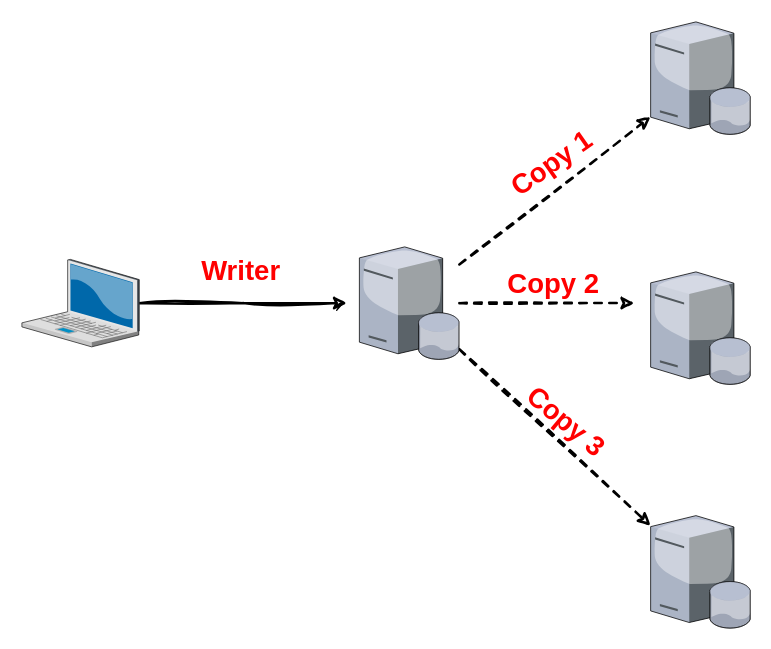
Above: cluster-distributed-system.drawio in auula/draw.io (draw.io), before the change. Source tidied: cells renumbered, new cells numbered last; positions are measured from the earlier drawing's top-left corner, leaving out a move shared by most shapes. Both pictures are drawn from the tidied source at 125%, with x=0, y=0 at pixel (21, 21).
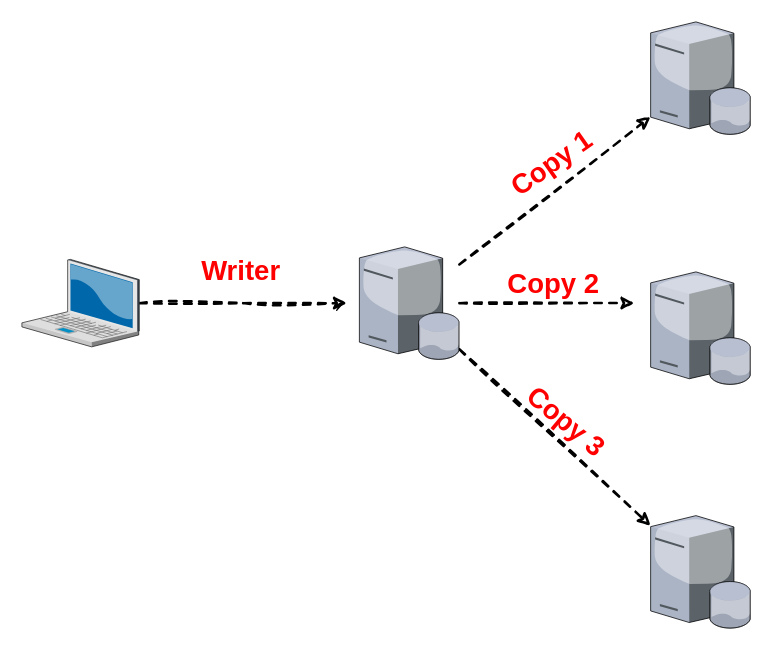
After the change.

Diff of the diagram source:
```diff
@@
 <mxGraphModel>
   <root>
     <mxCell id="0" />
     <mxCell id="1" parent="0" />
-    <mxCell id="2" style="edgeStyle=orthogonalEdgeStyle;rounded=0;jettySize=auto;html=1;strokeWidth=2;sketch=1;" parent="1" edge="1" source="3">
+    <mxCell id="2" style="edgeStyle=orthogonalEdgeStyle;rounded=0;jettySize=auto;html=1;strokeWidth=2;sketch=1;dashed=1;" parent="1" edge="1" source="3">
       <mxGeometry relative="1" as="geometry">
         <mxPoint x="260" y="225" as="targetPoint" />
       </mxGeometry>
     </mxCell>
     <mxCell id="3" style="verticalLabelPosition=bottom;sketch=0;html=1;verticalAlign=top;strokeColor=none;align=center;outlineConnect=0;shape=mxgraph.citrix.laptop_2;" parent="1" vertex="1">
       <mxGeometry y="190" width="93.9" height="70" as="geometry" />
     </mxCell>
     <mxCell id="4" style="rounded=0;jettySize=auto;html=1;strokeWidth=2;dashed=1;sketch=1;" parent="1" edge="1" source="7" target="8">
       <mxGeometry relative="1" as="geometry" />
     </mxCell>
     <mxCell id="5" style="edgeStyle=none;rounded=0;jettySize=auto;html=1;strokeWidth=2;dashed=1;sketch=1;" parent="1" edge="1" source="7">
       <mxGeometry relative="1" as="geometry">
         <mxPoint x="490" y="225" as="targetPoint" />
       </mxGeometry>
     </mxCell>
     <mxCell id="6" style="edgeStyle=none;rounded=0;jettySize=auto;html=1;strokeWidth=2;dashed=1;sketch=1;" parent="1" edge="1" source="7" target="10">
       <mxGeometry relative="1" as="geometry" />
     </mxCell>
     <mxCell id="7" style="verticalLabelPosition=bottom;sketch=0;html=1;verticalAlign=top;strokeColor=none;align=center;outlineConnect=0;shape=mxgraph.citrix.database_server;" parent="1" vertex="1">
       <mxGeometry x="270" y="180" width="80" height="90" as="geometry" />
     </mxCell>
     <mxCell id="8" style="verticalLabelPosition=bottom;sketch=0;html=1;verticalAlign=top;strokeColor=none;align=center;outlineConnect=0;shape=mxgraph.citrix.database_server;" parent="1" vertex="1">
       <mxGeometry x="503" width="80" height="90" as="geometry" />
     </mxCell>
     <mxCell id="9" style="verticalLabelPosition=bottom;sketch=0;html=1;verticalAlign=top;strokeColor=none;align=center;shape=mxgraph.citrix.database_server;" parent="1" vertex="1">
       <mxGeometry x="503" y="200" width="80" height="90" as="geometry" />
     </mxCell>
     <mxCell id="10" style="verticalLabelPosition=bottom;sketch=0;html=1;verticalAlign=top;strokeColor=none;align=center;outlineConnect=0;shape=mxgraph.citrix.database_server;" parent="1" vertex="1">
       <mxGeometry x="503" y="395" width="80" height="90" as="geometry" />
     </mxCell>
     <mxCell id="11" value="&lt;b&gt;&lt;font color=&quot;#ff0000&quot; style=&quot;font-size: 22px;&quot;&gt;Writer&lt;/font&gt;&lt;/b&gt;" style="text;html=1;align=center;verticalAlign=middle;strokeColor=none;fillColor=none;" parent="1" vertex="1">
       <mxGeometry x="130" y="180" width="90" height="40" as="geometry" />
     </mxCell>
     <mxCell id="12" value="&lt;b&gt;&lt;font color=&quot;#ff0000&quot; style=&quot;font-size: 22px;&quot;&gt;Copy 1&lt;/font&gt;&lt;/b&gt;" style="text;html=1;align=center;verticalAlign=middle;strokeColor=none;fillColor=none;rotation=-35;" parent="1" vertex="1">
       <mxGeometry x="374" y="94" width="100" height="40" as="geometry" />
     </mxCell>
     <mxCell id="13" value="&lt;b&gt;&lt;font color=&quot;#ff0000&quot; style=&quot;font-size: 22px;&quot;&gt;Copy 2&lt;/font&gt;&lt;/b&gt;" style="text;html=1;align=center;verticalAlign=middle;strokeColor=none;fillColor=none;rotation=0;" parent="1" vertex="1">
       <mxGeometry x="375" y="190" width="100" height="40" as="geometry" />
     </mxCell>
     <mxCell id="14" value="&lt;b&gt;&lt;font color=&quot;#ff0000&quot; style=&quot;font-size: 22px;&quot;&gt;Copy 3&lt;/font&gt;&lt;/b&gt;" style="text;html=1;align=center;verticalAlign=middle;strokeColor=none;fillColor=none;rotation=40;" parent="1" vertex="1">
       <mxGeometry x="385" y="300" width="100" height="40" as="geometry" />
     </mxCell>
   </root>
 </mxGraphModel>
```
